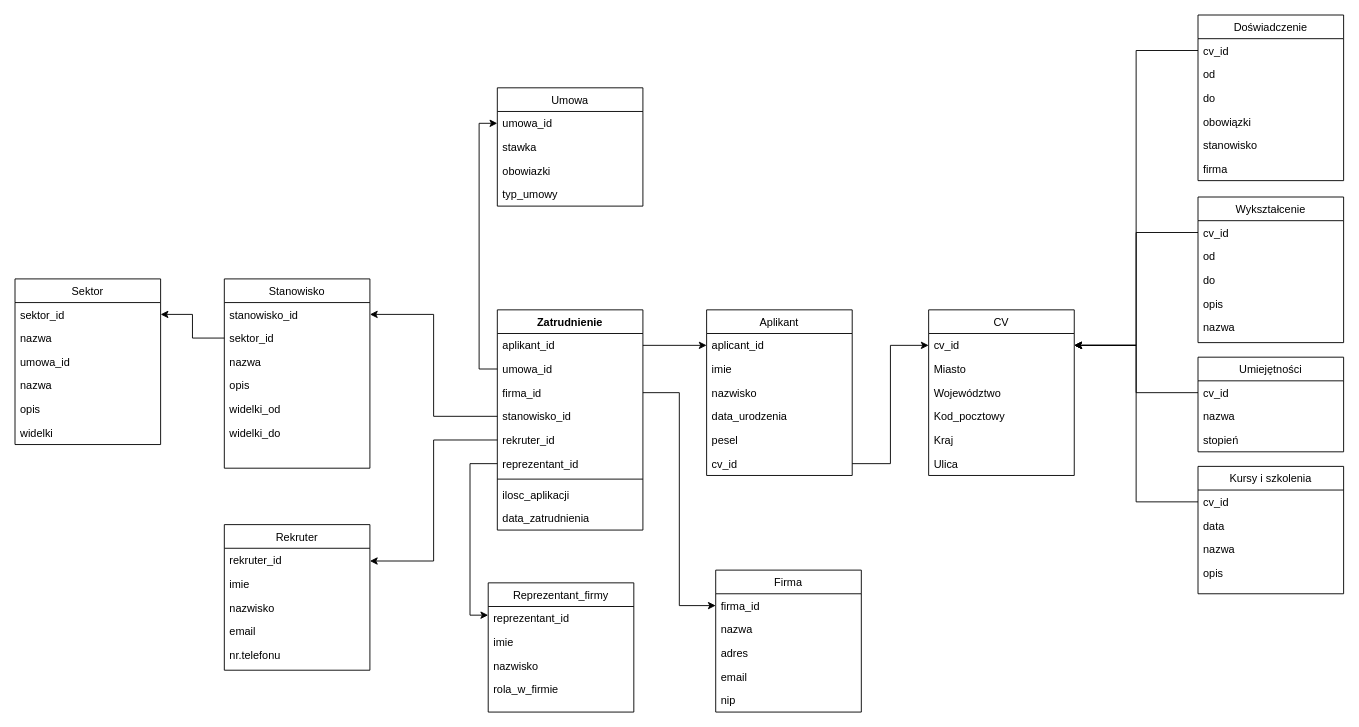
Before: Diagram bez tytułu.drawio in Paros998/ConverterJava, a draw.io diagram. Source tidied: cells renumbered, new cells numbered last; positions are measured from the earlier drawing's top-left corner, leaving out a move shared by most shapes. Both pictures are drawn from the tidied source at 91%, with x=0, y=0 at pixel (15, 15).
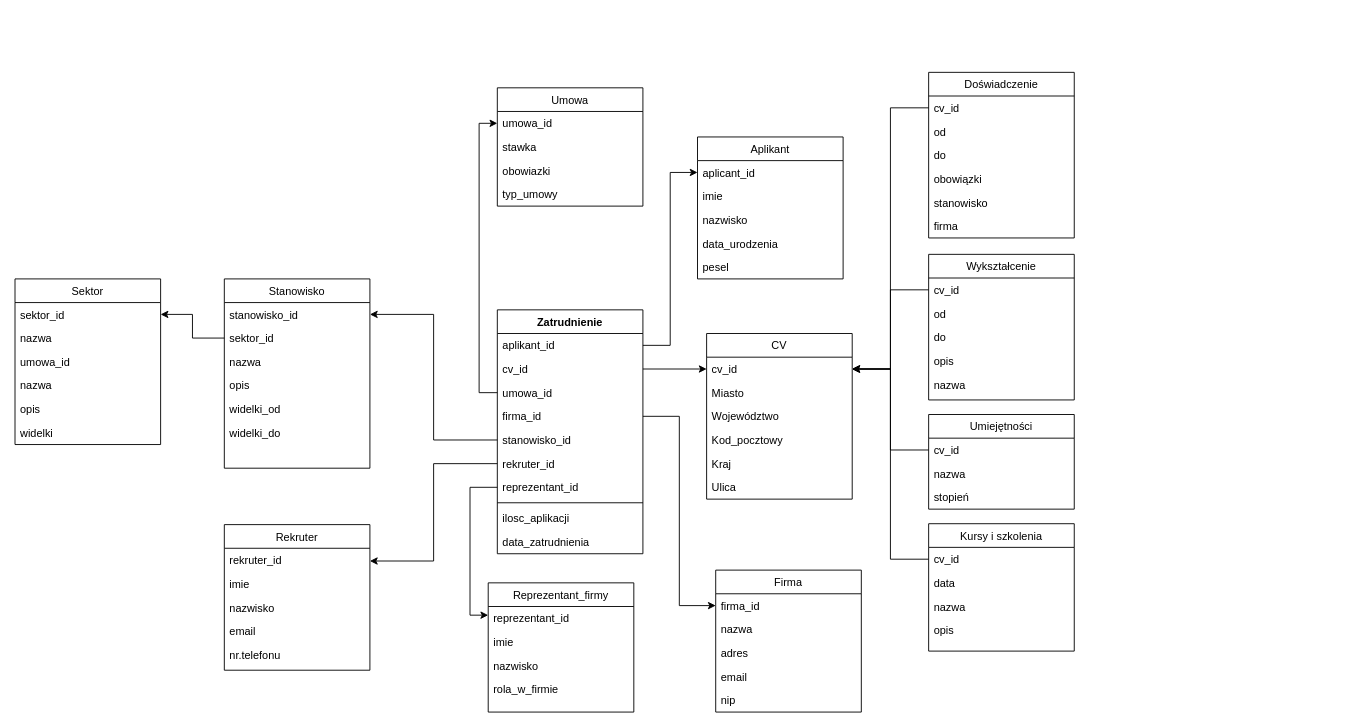
The same diagram, later.

What changed in the source:
```diff
@@
     <mxCell id="2" value="Aplikant" style="swimlane;fontStyle=0;align=center;verticalAlign=top;horizontal=1;startSize=26;rounded=0;shadow=0;strokeWidth=1;" parent="1" vertex="1">
-      <mxGeometry x="760" y="324" width="160" height="182" as="geometry" />
+      <mxGeometry x="750" y="134" width="160" height="156" as="geometry" />
     </mxCell>
@@
-    <mxCell id="8" value="cv_id" style="text;align=left;verticalAlign=top;spacingLeft=4;spacingRight=4;overflow=hidden;points=[[0,0.5],[1,0.5]];portConstraint=eastwest;" parent="2" vertex="1">
-      <mxGeometry y="156" width="160" height="26" as="geometry" />
-    </mxCell>
@@
-    <mxCell id="15" value="CV" style="swimlane;fontStyle=0;align=center;verticalAlign=top;horizontal=1;startSize=26;rounded=0;shadow=0;strokeWidth=1;" parent="1" vertex="1">
-      <mxGeometry x="1004" y="324" width="160" height="182" as="geometry" />
-    </mxCell>
-    <mxCell id="16" value="cv_id" style="text;align=left;verticalAlign=top;spacingLeft=4;spacingRight=4;overflow=hidden;points=[[0,0.5],[1,0.5]];portConstraint=eastwest;" parent="15" vertex="1">
-      <mxGeometry y="26" width="160" height="26" as="geometry" />
-    </mxCell>
-    <mxCell id="17" value="Miasto" style="text;align=left;verticalAlign=top;spacingLeft=4;spacingRight=4;overflow=hidden;rounded=0;shadow=0;html=0;" parent="1" vertex="1">
-      <mxGeometry x="1004" y="376" width="160" height="26" as="geometry" />
-    </mxCell>
-    <mxCell id="18" value="Województwo" style="text;align=left;verticalAlign=top;spacingLeft=4;spacingRight=4;overflow=hidden;rounded=0;shadow=0;html=0;" parent="1" vertex="1">
-      <mxGeometry x="1004" y="402" width="160" height="26" as="geometry" />
-    </mxCell>
-    <mxCell id="19" value="Kod_pocztowy" style="text;align=left;verticalAlign=top;spacingLeft=4;spacingRight=4;overflow=hidden;rounded=0;shadow=0;html=0;" parent="1" vertex="1">
-      <mxGeometry x="1004" y="428" width="160" height="26" as="geometry" />
-    </mxCell>
-    <mxCell id="20" value="Kraj" style="text;align=left;verticalAlign=top;spacingLeft=4;spacingRight=4;overflow=hidden;rounded=0;shadow=0;html=0;" parent="1" vertex="1">
-      <mxGeometry x="1004" y="454" width="160" height="26" as="geometry" />
-    </mxCell>
-    <mxCell id="21" value="Ulica" style="text;align=left;verticalAlign=top;spacingLeft=4;spacingRight=4;overflow=hidden;" parent="1" vertex="1">
-      <mxGeometry x="1004" y="480" width="160" height="26" as="geometry" />
-    </mxCell>
     <mxCell id="22" value="Doświadczenie" style="swimlane;fontStyle=0;align=center;verticalAlign=top;horizontal=1;startSize=26;rounded=0;shadow=0;strokeWidth=1;" parent="1" vertex="1">
-      <mxGeometry x="1300" width="160" height="182" as="geometry" />
+      <mxGeometry x="1004" y="63" width="160" height="182" as="geometry" />
     </mxCell>
@@
     <mxCell id="31" value="Wykształcenie" style="swimlane;fontStyle=0;align=center;verticalAlign=top;horizontal=1;startSize=26;rounded=0;shadow=0;strokeWidth=1;" parent="1" vertex="1">
-      <mxGeometry x="1300" y="200" width="160" height="160" as="geometry" />
+      <mxGeometry x="1004" y="263" width="160" height="160" as="geometry" />
     </mxCell>
@@
     <mxCell id="38" value="Umiejętności" style="swimlane;fontStyle=0;align=center;verticalAlign=top;horizontal=1;startSize=26;rounded=0;shadow=0;strokeWidth=1;" parent="1" vertex="1">
-      <mxGeometry x="1300" y="376" width="160" height="104" as="geometry" />
+      <mxGeometry x="1004" y="439" width="160" height="104" as="geometry" />
     </mxCell>
@@
     <mxCell id="42" value="Kursy i szkolenia" style="swimlane;fontStyle=0;align=center;verticalAlign=top;horizontal=1;startSize=26;rounded=0;shadow=0;strokeWidth=1;" parent="1" vertex="1">
-      <mxGeometry x="1300" y="496" width="160" height="140" as="geometry" />
+      <mxGeometry x="1004" y="559" width="160" height="140" as="geometry" />
     </mxCell>
@@
     <mxCell id="57" value="Zatrudnienie" style="swimlane;fontStyle=1;align=center;verticalAlign=top;horizontal=1;startSize=26;strokeColor=default;strokeWidth=1;" parent="1" vertex="1">
-      <mxGeometry x="530" y="324" width="160" height="242" as="geometry" />
+      <mxGeometry x="530" y="324" width="160" height="268" as="geometry" />
     </mxCell>
@@
+    <mxCell id="8" value="cv_id" style="text;align=left;verticalAlign=top;spacingLeft=4;spacingRight=4;overflow=hidden;points=[[0,0.5],[1,0.5]];portConstraint=eastwest;" parent="57" vertex="1">
+      <mxGeometry y="52" width="160" height="26" as="geometry" />
+    </mxCell>
     <mxCell id="59" value="umowa_id" style="text;align=left;verticalAlign=top;spacingLeft=4;spacingRight=4;overflow=hidden;points=[[0,0.5],[1,0.5]];portConstraint=eastwest;" parent="57" vertex="1">
-      <mxGeometry y="52" width="160" height="26" as="geometry" />
+      <mxGeometry y="78" width="160" height="26" as="geometry" />
     </mxCell>
     <mxCell id="60" value="firma_id" style="text;align=left;verticalAlign=top;spacingLeft=4;spacingRight=4;overflow=hidden;points=[[0,0.5],[1,0.5]];portConstraint=eastwest;rounded=0;shadow=0;html=0;" parent="57" vertex="1">
-      <mxGeometry y="78" width="160" height="26" as="geometry" />
+      <mxGeometry y="104" width="160" height="26" as="geometry" />
     </mxCell>
     <mxCell id="61" value="stanowisko_id" style="text;align=left;verticalAlign=top;spacingLeft=4;spacingRight=4;overflow=hidden;points=[[0,0.5],[1,0.5]];portConstraint=eastwest;" parent="57" vertex="1">
-      <mxGeometry y="104" width="160" height="26" as="geometry" />
+      <mxGeometry y="130" width="160" height="26" as="geometry" />
     </mxCell>
     <mxCell id="62" value="rekruter_id" style="text;align=left;verticalAlign=top;spacingLeft=4;spacingRight=4;overflow=hidden;points=[[0,0.5],[1,0.5]];portConstraint=eastwest;rounded=0;shadow=0;html=0;" parent="57" vertex="1">
-      <mxGeometry y="130" width="160" height="26" as="geometry" />
+      <mxGeometry y="156" width="160" height="26" as="geometry" />
     </mxCell>
     <mxCell id="63" value="reprezentant_id" style="text;align=left;verticalAlign=top;spacingLeft=4;spacingRight=4;overflow=hidden;points=[[0,0.5],[1,0.5]];portConstraint=eastwest;" parent="57" vertex="1">
-      <mxGeometry y="156" width="160" height="26" as="geometry" />
+      <mxGeometry y="182" width="160" height="26" as="geometry" />
     </mxCell>
     <mxCell id="64" style="line;strokeWidth=1;fillColor=none;align=left;verticalAlign=middle;spacingTop=-1;spacingLeft=3;spacingRight=3;labelPosition=right;strokeColor=inherit;" parent="57" vertex="1">
-      <mxGeometry y="182" width="160" height="8" as="geometry" />
+      <mxGeometry y="208" width="160" height="8" as="geometry" />
     </mxCell>
     <mxCell id="65" value="ilosc_aplikacji" style="text;align=left;verticalAlign=top;spacingLeft=4;spacingRight=4;overflow=hidden;rounded=0;shadow=0;html=0;" parent="57" vertex="1">
-      <mxGeometry y="190" width="160" height="26" as="geometry" />
+      <mxGeometry y="216" width="160" height="26" as="geometry" />
     </mxCell>
     <mxCell id="66" value="data_zatrudnienia" style="text;align=left;verticalAlign=top;spacingLeft=4;spacingRight=4;overflow=hidden;rounded=0;shadow=0;html=0;" parent="57" vertex="1">
-      <mxGeometry y="216" width="160" height="26" as="geometry" />
+      <mxGeometry y="242" width="160" height="26" as="geometry" />
     </mxCell>
@@
+    <mxCell id="96" style="group;" parent="1" vertex="1">
+      <mxGeometry x="760" y="350" width="160" height="182" as="geometry" />
+    </mxCell>
+    <mxCell id="15" value="CV" style="swimlane;fontStyle=0;align=center;verticalAlign=top;horizontal=1;startSize=26;rounded=0;shadow=0;strokeWidth=1;" parent="96" vertex="1">
+      <mxGeometry width="160" height="182" as="geometry" />
+    </mxCell>
+    <mxCell id="16" value="cv_id" style="text;align=left;verticalAlign=top;spacingLeft=4;spacingRight=4;overflow=hidden;points=[[0,0.5],[1,0.5]];portConstraint=eastwest;" parent="15" vertex="1">
+      <mxGeometry y="26" width="160" height="26" as="geometry" />
+    </mxCell>
+    <mxCell id="17" value="Miasto" style="text;align=left;verticalAlign=top;spacingLeft=4;spacingRight=4;overflow=hidden;rounded=0;shadow=0;html=0;" parent="96" vertex="1">
+      <mxGeometry y="52" width="160" height="26" as="geometry" />
+    </mxCell>
+    <mxCell id="18" value="Województwo" style="text;align=left;verticalAlign=top;spacingLeft=4;spacingRight=4;overflow=hidden;rounded=0;shadow=0;html=0;" parent="96" vertex="1">
+      <mxGeometry y="78" width="160" height="26" as="geometry" />
+    </mxCell>
+    <mxCell id="19" value="Kod_pocztowy" style="text;align=left;verticalAlign=top;spacingLeft=4;spacingRight=4;overflow=hidden;rounded=0;shadow=0;html=0;" parent="96" vertex="1">
+      <mxGeometry y="104" width="160" height="26" as="geometry" />
+    </mxCell>
+    <mxCell id="20" value="Kraj" style="text;align=left;verticalAlign=top;spacingLeft=4;spacingRight=4;overflow=hidden;rounded=0;shadow=0;html=0;" parent="96" vertex="1">
+      <mxGeometry y="130" width="160" height="26" as="geometry" />
+    </mxCell>
+    <mxCell id="21" value="Ulica" style="text;align=left;verticalAlign=top;spacingLeft=4;spacingRight=4;overflow=hidden;" parent="96" vertex="1">
+      <mxGeometry y="156" width="160" height="26" as="geometry" />
+    </mxCell>
```
